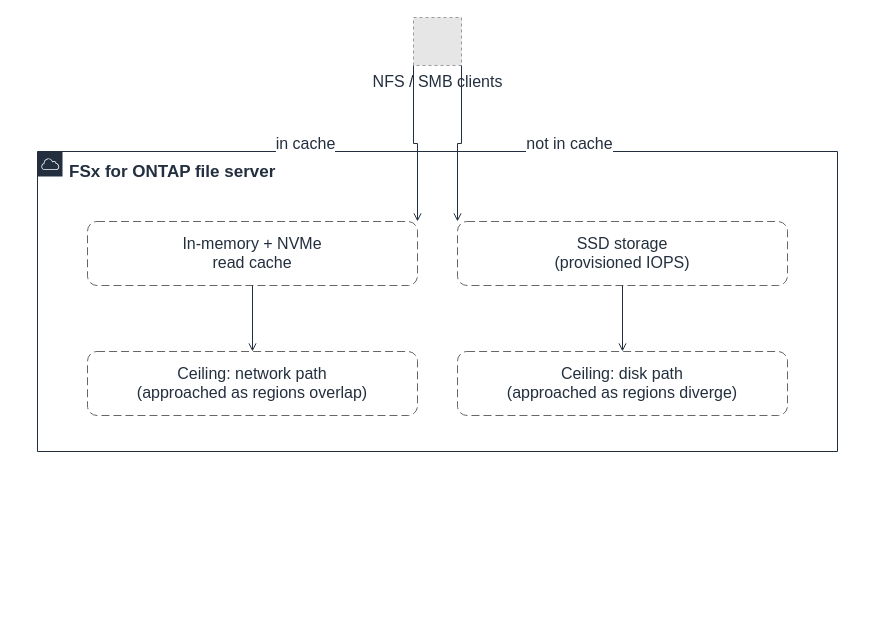
Earlier version of the draw.io diagram docs/_assets/diagrams/s3burst-two-ceilings-en.drawio (Yoshiki0705/S3-Burst-on-ONTAP-Files). Source tidied: cells renumbered, new cells numbered last; positions are measured from the earlier drawing's top-left corner, leaving out a move shared by most shapes. Both pictures are drawn from the tidied source at 100%, with x=0, y=0 at pixel (37, 17). Pictures stored in the file or linked from it are replaced by grey dashed boxes.
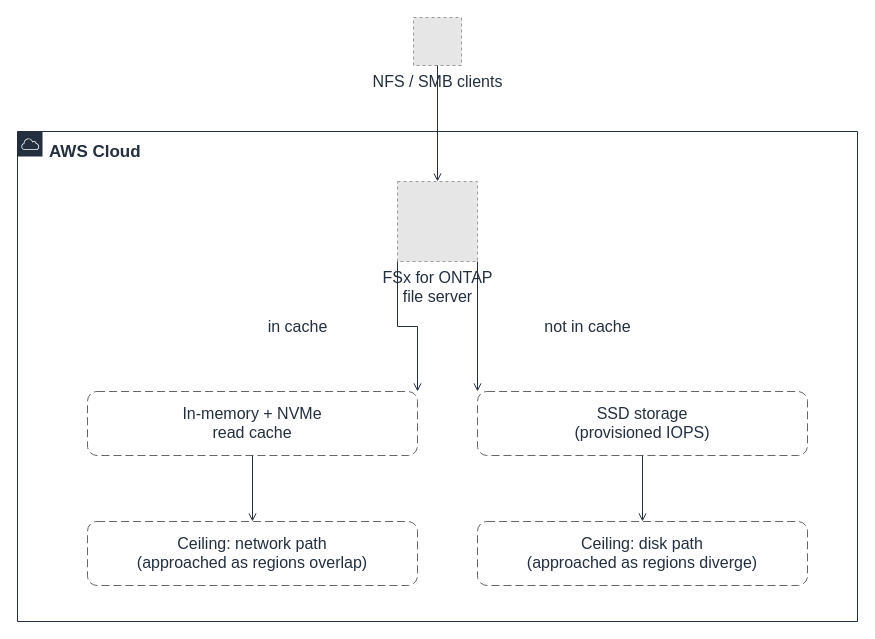
The same page after the edit.

Diff of the diagram source:
```diff
@@
 <mxGraphModel>
   <root>
     <mxCell id="0" />
     <mxCell id="1" parent="0" />
-    <mxCell id="2" value="FSx for ONTAP file server" style="points=[[0,0],[0.25,0],[0.5,0],[0.75,0],[1,0],[1,0.25],[1,0.5],[1,0.75],[1,1],[0.75,1],[0.5,1],[0.25,1],[0,1],[0,0.75],[0,0.5],[0,0.25]];outlineConnect=0;gradientColor=none;html=1;whiteSpace=wrap;fontSize=17;fontStyle=1;fontColor=#232F3E;shape=mxgraph.aws4.group;grIcon=mxgraph.aws4.group_aws_cloud;strokeColor=#232F3E;fillColor=none;verticalAlign=top;align=left;spacingLeft=30;spacingTop=4;dashed=0;" parent="1" vertex="1">
-      <mxGeometry y="134" width="800" height="300" as="geometry" />
-    </mxCell>
+    <mxCell id="12" value="AWS Cloud" style="gradientColor=none;html=1;whiteSpace=wrap;fontSize=17;fontStyle=1;fontColor=#232F3E;shape=mxgraph.aws4.group;grIcon=mxgraph.aws4.group_aws_cloud;strokeColor=#232F3E;fillColor=none;verticalAlign=top;align=left;spacingLeft=30;spacingTop=4;dashed=0;" parent="1" vertex="1">
+      <mxGeometry x="-20" y="114" width="840" height="490" as="geometry" />
+    </mxCell>
     <mxCell id="3" value="In-memory + NVMe&#10;read cache" style="rounded=1;whiteSpace=wrap;html=1;dashed=1;dashPattern=8 4;strokeColor=#666666;fillColor=none;fontColor=#232F3E;fontSize=16;verticalAlign=top;align=center;spacingTop=6;" parent="1" vertex="1">
-      <mxGeometry x="50" y="204" width="330" height="64" as="geometry" />
+      <mxGeometry x="50" y="374" width="330" height="64" as="geometry" />
     </mxCell>
     <mxCell id="4" value="SSD storage&#10;(provisioned IOPS)" style="rounded=1;whiteSpace=wrap;html=1;dashed=1;dashPattern=8 4;strokeColor=#666666;fillColor=none;fontColor=#232F3E;fontSize=16;verticalAlign=top;align=center;spacingTop=6;" parent="1" vertex="1">
-      <mxGeometry x="420" y="204" width="330" height="64" as="geometry" />
+      <mxGeometry x="440" y="374" width="330" height="64" as="geometry" />
     </mxCell>
     <mxCell id="5" value="Ceiling: network path&#10;(approached as regions overlap)" style="rounded=1;whiteSpace=wrap;html=1;dashed=1;dashPattern=8 4;strokeColor=#666666;fillColor=none;fontColor=#232F3E;fontSize=16;verticalAlign=top;align=center;spacingTop=6;" parent="1" vertex="1">
-      <mxGeometry x="50" y="334" width="330" height="64" as="geometry" />
+      <mxGeometry x="50" y="504" width="330" height="64" as="geometry" />
     </mxCell>
     <mxCell id="6" value="Ceiling: disk path&#10;(approached as regions diverge)" style="rounded=1;whiteSpace=wrap;html=1;dashed=1;dashPattern=8 4;strokeColor=#666666;fillColor=none;fontColor=#232F3E;fontSize=16;verticalAlign=top;align=center;spacingTop=6;" parent="1" vertex="1">
-      <mxGeometry x="420" y="334" width="330" height="64" as="geometry" />
+      <mxGeometry x="440" y="504" width="330" height="64" as="geometry" />
     </mxCell>
     <mxCell id="7" value="NFS / SMB clients" style="fillColor=#E6E6E6;strokeColor=#999999;dashed=1;html=1;verticalLabelPosition=bottom;verticalAlign=top;labelPosition=center;align=center;fontSize=16;fontColor=#232F3E;" parent="1" vertex="1">
       <mxGeometry x="376" width="48" height="48" as="geometry" />
     </mxCell>
+    <mxCell id="2" value="FSx for ONTAP&#10;file server" style="fillColor=#E6E6E6;strokeColor=#999999;dashed=1;html=1;verticalLabelPosition=bottom;verticalAlign=top;labelPosition=center;align=center;fontSize=16;fontColor=#232F3E;" parent="1" vertex="1">
+      <mxGeometry x="360" y="164" width="80" height="80" as="geometry" />
+    </mxCell>
+    <mxCell id="13" style="edgeStyle=orthogonalEdgeStyle;rounded=0;html=1;endArrow=open;endFill=0;strokeColor=#232F3E;strokeWidth=1;fontSize=16;fontColor=#232F3E;" parent="1" edge="1" source="7" target="2">
+      <mxGeometry relative="1" as="geometry" />
+    </mxCell>
-    <mxCell id="8" value="in cache" style="edgeStyle=orthogonalEdgeStyle;rounded=0;html=1;endArrow=open;endFill=0;strokeColor=#232F3E;strokeWidth=1;fontSize=16;fontColor=#232F3E;exitX=0.0;exitY=1.0;exitDx=0;exitDy=0;entryX=1.0;entryY=0.0;entryDx=0;entryDy=0;" parent="1" edge="1" source="7" target="3">
+    <mxCell id="8" value="in cache" style="edgeStyle=orthogonalEdgeStyle;rounded=0;html=1;endArrow=open;endFill=0;strokeColor=#232F3E;strokeWidth=1;fontSize=16;fontColor=#232F3E;exitX=0.0;exitY=1.0;exitDx=0;exitDy=0;entryX=1.0;entryY=0.0;entryDx=0;entryDy=0;" parent="1" edge="1" source="2" target="3">
       <mxGeometry relative="1" as="geometry">
         <mxPoint x="-110" as="offset" />
       </mxGeometry>
     </mxCell>
-    <mxCell id="9" value="not in cache" style="edgeStyle=orthogonalEdgeStyle;rounded=0;html=1;endArrow=open;endFill=0;strokeColor=#232F3E;strokeWidth=1;fontSize=16;fontColor=#232F3E;exitX=1.0;exitY=1.0;exitDx=0;exitDy=0;entryX=0.0;entryY=0.0;entryDx=0;entryDy=0;" parent="1" edge="1" source="7" target="4">
+    <mxCell id="9" value="not in cache" style="edgeStyle=orthogonalEdgeStyle;rounded=0;html=1;endArrow=open;endFill=0;strokeColor=#232F3E;strokeWidth=1;fontSize=16;fontColor=#232F3E;exitX=1.0;exitY=1.0;exitDx=0;exitDy=0;entryX=0.0;entryY=0.0;entryDx=0;entryDy=0;" parent="1" edge="1" source="2" target="4">
       <mxGeometry relative="1" as="geometry">
         <mxPoint x="110" as="offset" />
       </mxGeometry>
     </mxCell>
     <mxCell id="10" style="edgeStyle=orthogonalEdgeStyle;rounded=0;html=1;endArrow=open;endFill=0;strokeColor=#232F3E;strokeWidth=1;fontSize=16;fontColor=#232F3E;" parent="1" edge="1" source="3" target="5">
       <mxGeometry relative="1" as="geometry" />
     </mxCell>
     <mxCell id="11" style="edgeStyle=orthogonalEdgeStyle;rounded=0;html=1;endArrow=open;endFill=0;strokeColor=#232F3E;strokeWidth=1;fontSize=16;fontColor=#232F3E;" parent="1" edge="1" source="4" target="6">
       <mxGeometry relative="1" as="geometry" />
     </mxCell>
   </root>
 </mxGraphModel>
```
